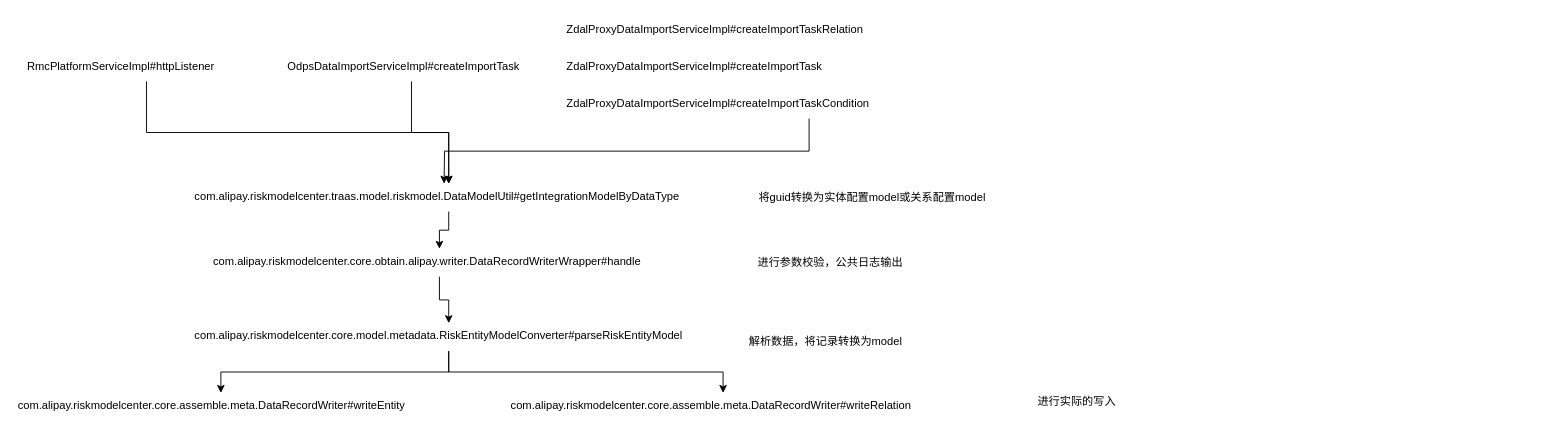
frankneu/draw.io keeps this draw.io diagram as Untitled Diagram.drawio. Above is the earlier version. Source tidied: cells renumbered, new cells numbered last; positions are measured from the earlier drawing's top-left corner, leaving out a move shared by most shapes. Both pictures are drawn from the tidied source at 93%, with x=0, y=0 at pixel (16, 16).
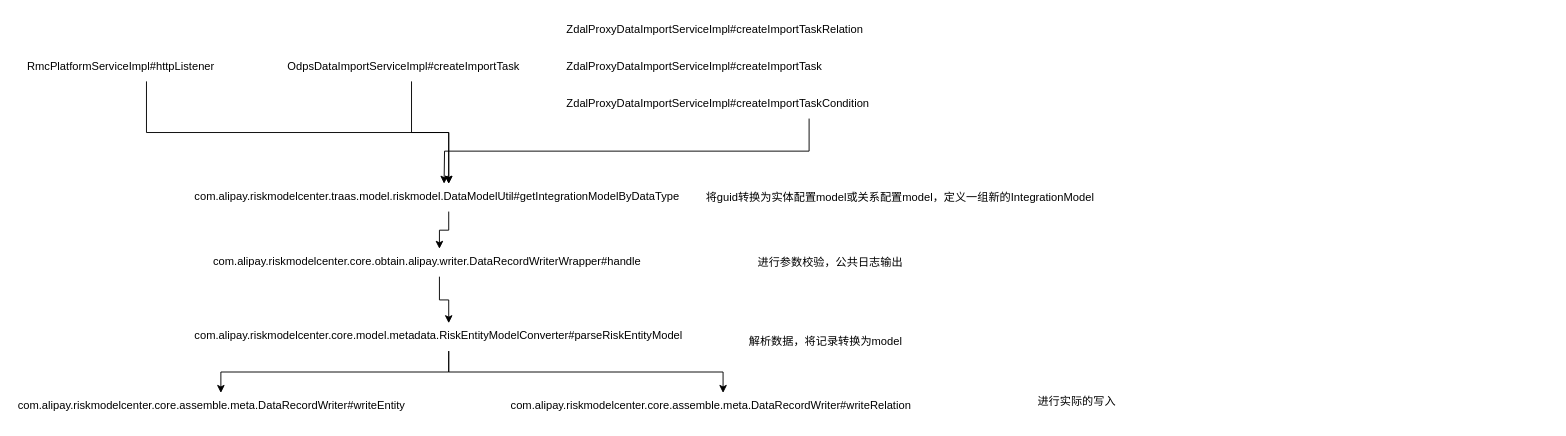
The same page after the edit.

Diff of the diagram source:
```diff
@@
-    <mxCell id="19" value="将guid转换为实体配置model或关系配置model" style="text;html=1;align=center;verticalAlign=middle;" parent="1" vertex="1">
-      <mxGeometry x="790" y="185" width="260" height="20" as="geometry" />
+    <mxCell id="19" value="将guid转换为实体配置model或关系配置model，定义一组新的&lt;span style=&quot;text-align: left&quot;&gt;IntegrationModel&lt;/span&gt;" style="text;html=1;align=center;verticalAlign=middle;" parent="1" vertex="1">
+      <mxGeometry x="735" y="185" width="430" height="20" as="geometry" />
     </mxCell>
```
